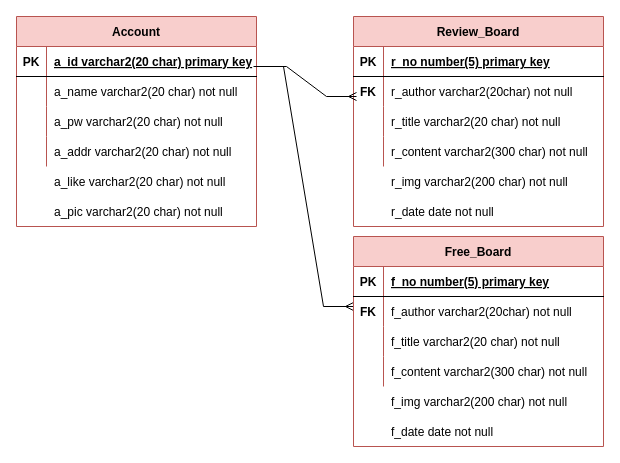
RevTK/final-project-trip-guidance-canceled. keeps this draw.io diagram as final_proj.drawio. Above is the earlier version. Source tidied: cells renumbered, new cells numbered last; positions are measured from the earlier drawing's top-left corner, leaving out a move shared by most shapes. Both pictures are drawn from the tidied source at 100%, with x=0, y=0 at pixel (16, 16).
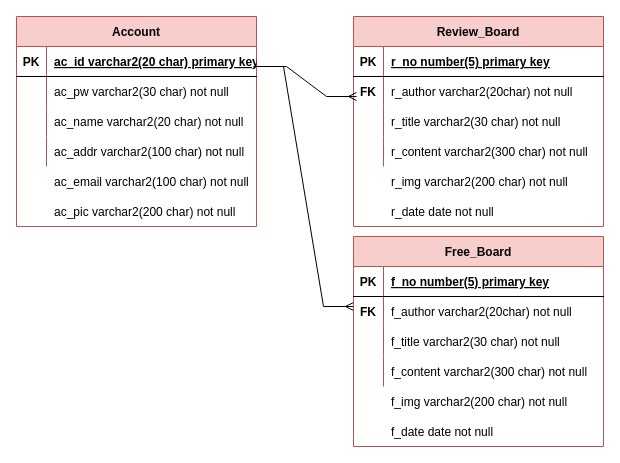
Above is the later version.

Unchanged cells that the change refers to:
```xml
<mxCell id="3" style="shape=tableRow;horizontal=0;startSize=0;swimlaneHead=0;swimlaneBody=0;fillColor=none;top=0;left=0;right=0;bottom=1;" parent="2" vertex="1">
  <mxGeometry y="30" width="240" height="30" as="geometry" />
</mxCell>
<mxCell id="6" style="shape=tableRow;horizontal=0;startSize=0;swimlaneHead=0;swimlaneBody=0;fillColor=none;top=0;left=0;right=0;bottom=0;" parent="2" vertex="1">
  <mxGeometry y="60" width="240" height="30" as="geometry" />
</mxCell>
<mxCell id="9" style="shape=tableRow;horizontal=0;startSize=0;swimlaneHead=0;swimlaneBody=0;fillColor=none;top=0;left=0;right=0;bottom=0;" parent="2" vertex="1">
  <mxGeometry y="90" width="240" height="30" as="geometry" />
</mxCell>
<mxCell id="12" style="shape=tableRow;horizontal=0;startSize=0;swimlaneHead=0;swimlaneBody=0;fillColor=none;top=0;left=0;right=0;bottom=0;" parent="2" vertex="1">
  <mxGeometry y="120" width="240" height="30" as="geometry" />
</mxCell>
<mxCell id="24" style="shape=tableRow;horizontal=0;startSize=0;swimlaneHead=0;swimlaneBody=0;fillColor=none;top=0;left=0;right=0;bottom=0;" parent="17" vertex="1">
  <mxGeometry y="90" width="250" height="30" as="geometry" />
</mxCell>
<mxCell id="42" style="shape=tableRow;horizontal=0;startSize=0;swimlaneHead=0;swimlaneBody=0;fillColor=none;top=0;left=0;right=0;bottom=0;" parent="35" vertex="1">
  <mxGeometry y="90" width="250" height="30" as="geometry" />
</mxCell>
```

Change to the diagram source:
```diff
@@
-    <mxCell id="5" value="a_id varchar2(20 char) primary key" style="shape=partialRectangle;fillColor=none;top=0;left=0;bottom=0;right=0;align=left;spacingLeft=6;fontStyle=5;overflow=hidden;" parent="3" vertex="1">
+    <mxCell id="5" value="ac_id varchar2(20 char) primary key" style="shape=partialRectangle;fillColor=none;top=0;left=0;bottom=0;right=0;align=left;spacingLeft=6;fontStyle=5;overflow=hidden;" parent="3" vertex="1">
       <mxGeometry x="30" width="210" height="30" as="geometry" />
     </mxCell>
@@
-    <mxCell id="8" value="a_name varchar2(20 char) not null" style="shape=partialRectangle;fillColor=none;top=0;left=0;bottom=0;right=0;align=left;spacingLeft=6;overflow=hidden;" parent="6" vertex="1">
+    <mxCell id="8" value="ac_pw varchar2(30 char) not null" style="shape=partialRectangle;fillColor=none;top=0;left=0;bottom=0;right=0;align=left;spacingLeft=6;overflow=hidden;" parent="6" vertex="1">
       <mxGeometry x="30" width="210" height="30" as="geometry" />
     </mxCell>
@@
-    <mxCell id="11" value="a_pw varchar2(20 char) not null" style="shape=partialRectangle;fillColor=none;top=0;left=0;bottom=0;right=0;align=left;spacingLeft=6;overflow=hidden;" parent="9" vertex="1">
+    <mxCell id="11" value="ac_name varchar2(20 char) not null" style="shape=partialRectangle;fillColor=none;top=0;left=0;bottom=0;right=0;align=left;spacingLeft=6;overflow=hidden;" parent="9" vertex="1">
       <mxGeometry x="30" width="210" height="30" as="geometry" />
     </mxCell>
@@
-    <mxCell id="14" value="a_addr varchar2(20 char) not null" style="shape=partialRectangle;fillColor=none;top=0;left=0;bottom=0;right=0;align=left;spacingLeft=6;overflow=hidden;" parent="12" vertex="1">
+    <mxCell id="14" value="ac_addr varchar2(100 char) not null" style="shape=partialRectangle;fillColor=none;top=0;left=0;bottom=0;right=0;align=left;spacingLeft=6;overflow=hidden;" parent="12" vertex="1">
       <mxGeometry x="30" width="210" height="30" as="geometry" />
     </mxCell>
-    <mxCell id="15" value="a_like varchar2(20 char) not null" style="shape=partialRectangle;fillColor=none;top=0;left=0;bottom=0;right=0;align=left;spacingLeft=6;overflow=hidden;" parent="1" vertex="1">
+    <mxCell id="15" value="ac_email varchar2(100 char) not null" style="shape=partialRectangle;fillColor=none;top=0;left=0;bottom=0;right=0;align=left;spacingLeft=6;overflow=hidden;" parent="1" vertex="1">
       <mxGeometry x="30" y="150" width="210" height="30" as="geometry" />
     </mxCell>
-    <mxCell id="16" value="a_pic varchar2(20 char) not null" style="shape=partialRectangle;fillColor=none;top=0;left=0;bottom=0;right=0;align=left;spacingLeft=6;overflow=hidden;" parent="1" vertex="1">
+    <mxCell id="16" value="ac_pic varchar2(200 char) not null" style="shape=partialRectangle;fillColor=none;top=0;left=0;bottom=0;right=0;align=left;spacingLeft=6;overflow=hidden;" parent="1" vertex="1">
       <mxGeometry x="30" y="180" width="210" height="30" as="geometry" />
     </mxCell>
@@
-    <mxCell id="26" value="r_title varchar2(20 char) not null" style="shape=partialRectangle;fillColor=none;top=0;left=0;bottom=0;right=0;align=left;spacingLeft=6;overflow=hidden;" parent="24" vertex="1">
+    <mxCell id="26" value="r_title varchar2(30 char) not null" style="shape=partialRectangle;fillColor=none;top=0;left=0;bottom=0;right=0;align=left;spacingLeft=6;overflow=hidden;" parent="24" vertex="1">
       <mxGeometry x="30" width="220" height="30" as="geometry" />
     </mxCell>
@@
-    <mxCell id="44" value="f_title varchar2(20 char) not null" style="shape=partialRectangle;fillColor=none;top=0;left=0;bottom=0;right=0;align=left;spacingLeft=6;overflow=hidden;" parent="42" vertex="1">
+    <mxCell id="44" value="f_title varchar2(30 char) not null" style="shape=partialRectangle;fillColor=none;top=0;left=0;bottom=0;right=0;align=left;spacingLeft=6;overflow=hidden;" parent="42" vertex="1">
       <mxGeometry x="30" width="220" height="30" as="geometry" />
     </mxCell>
```
